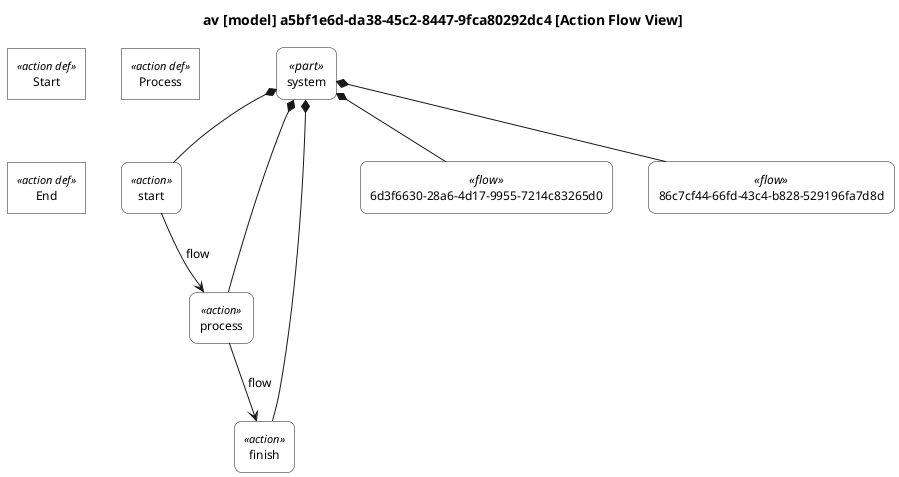
mycr0ft/sysml2py keeps this PlantUML diagram as docs/plantuml-examples/10-action-flow-view.png. Above is the earlier version.
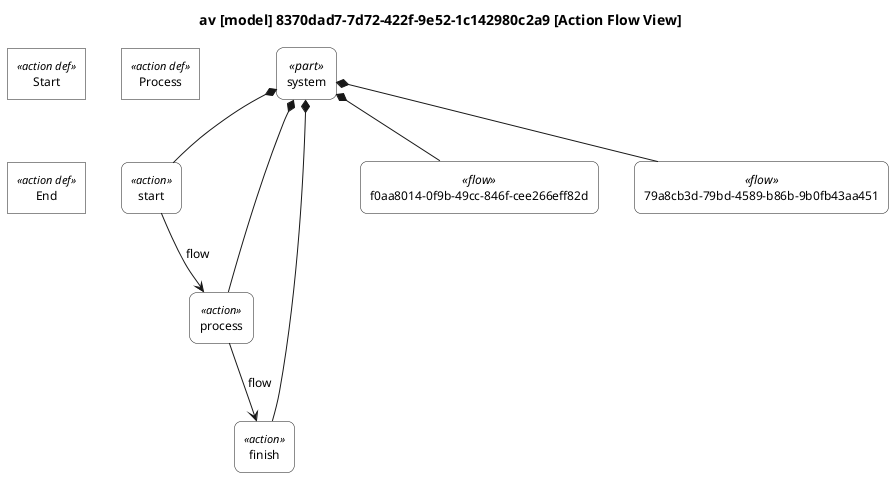
Above is the later version.

Change to the diagram source:
```diff
@@ -55,7 +55,7 @@
 
 top to bottom direction
 
-title av [model] a5bf1e6d-da38-45c2-8447-9fca80292dc4 [Action Flow View]
+title av [model] 8370dad7-7d72-422f-9e52-1c142980c2a9 [Action Flow View]
 
 hide circle
 
@@ -66,8 +66,8 @@
 rectangle "start" as E5 <<action>>
 rectangle "process" as E6 <<action>>
 rectangle "finish" as E7 <<action>>
-rectangle "6d3f6630-28a6-4d17-9955-7214c83265d0" as E8 <<flow>>
-rectangle "86c7cf44-66fd-43c4-b828-529196fa7d8d" as E9 <<flow>>
+rectangle "f0aa8014-0f9b-49cc-846f-cee266eff82d" as E8 <<flow>>
+rectangle "79a8cb3d-79bd-4589-b86b-9b0fb43aa451" as E9 <<flow>>
 
 E4 *-- E5
 E4 *-- E6
```
